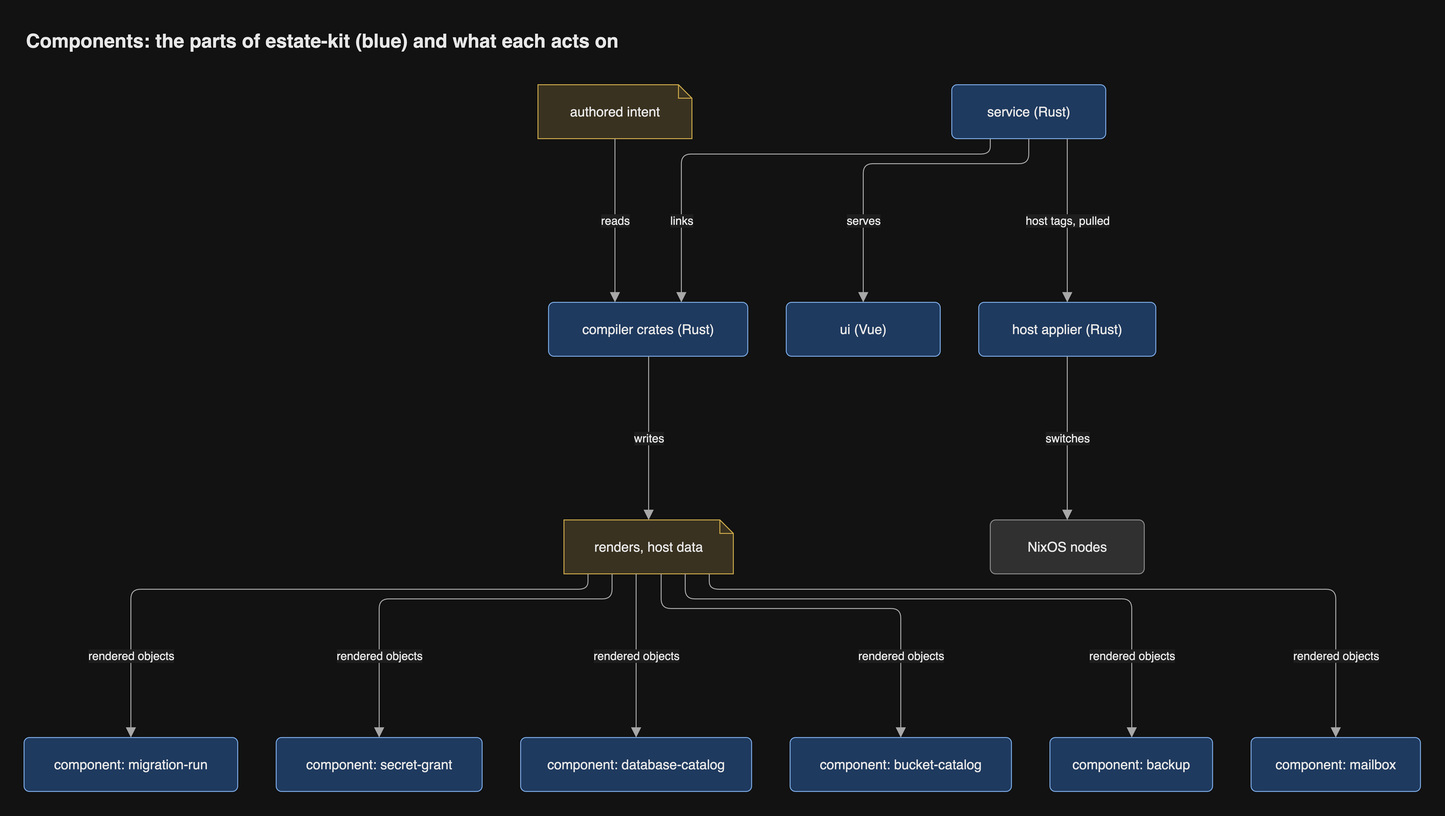
Earlier version of the draw.io export docs/diagrams/png/components.png (JorisJonkers-dev/estate-kit). Source tidied: cells renumbered, new cells last; positions are measured from the earlier drawing's top-left corner, leaving out a move shared by most shapes.
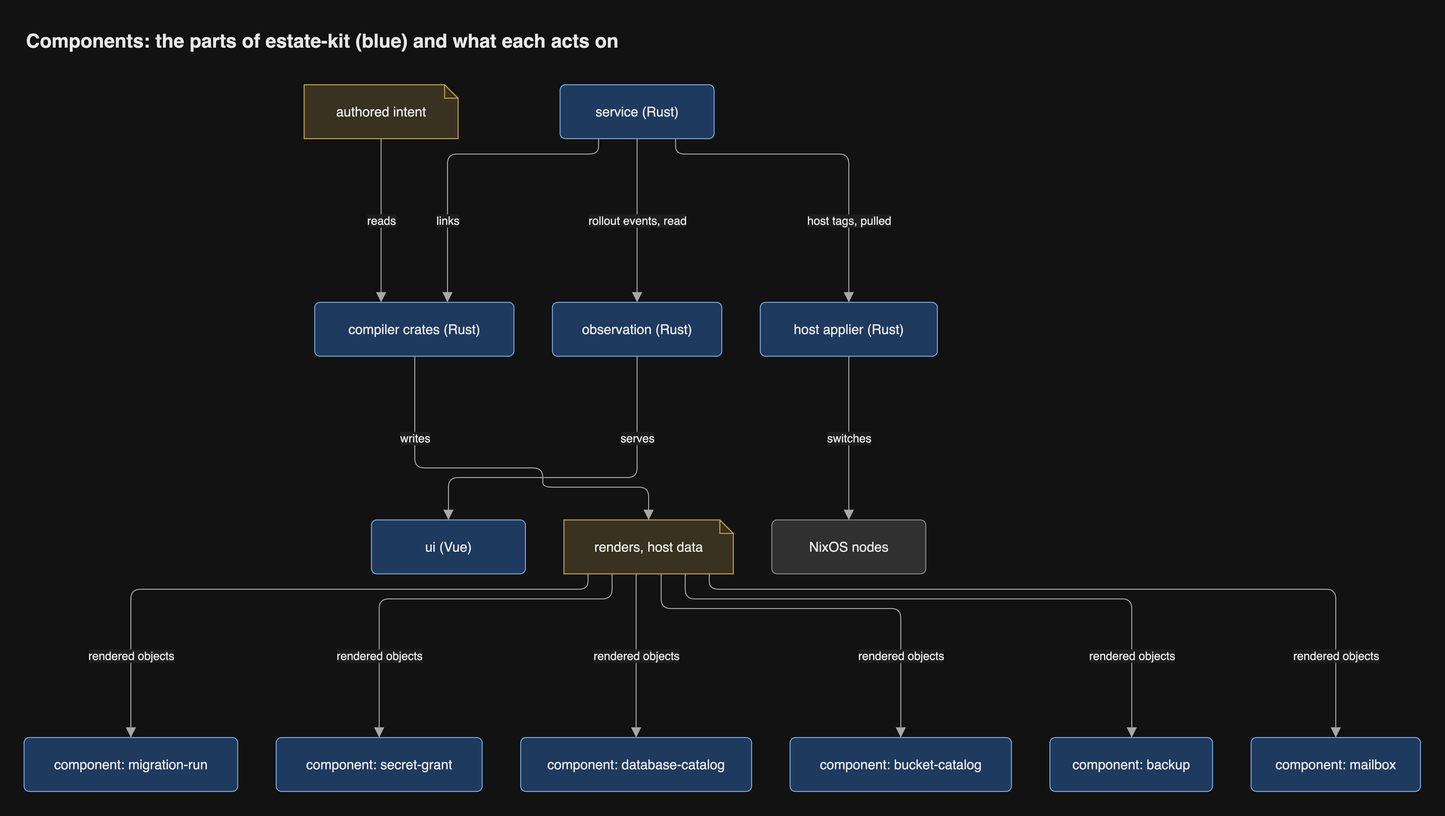
The same diagram one commit later.

Change to the diagram source:
```diff
@@ -3,19 +3,22 @@
     <mxCell id="0" />
     <mxCell id="1" parent="0" />
     <mxCell id="2" value="authored intent" style="shape=note;size=14;html=1;whiteSpace=wrap;fontSize=14;fontColor=light-dark(#1a1a1a,#e8e8e8);fillColor=light-dark(#fff2cc,#3a3220);strokeColor=light-dark(#d6b656,#c9a74a);fontFamily=Helvetica;" parent="1" vertex="1">
-      <mxGeometry x="534" y="64" width="160" height="56" as="geometry" />
+      <mxGeometry x="291" y="64" width="160" height="56" as="geometry" />
     </mxCell>
     <mxCell id="3" value="service (Rust)" style="rounded=1;arcSize=10;html=1;whiteSpace=wrap;fontSize=14;fontColor=light-dark(#1a1a1a,#e8e8e8);fillColor=light-dark(#dae8fc,#1f3a5f);strokeColor=light-dark(#6c8ebf,#7aa7e0);fontFamily=Helvetica;" parent="1" vertex="1">
-      <mxGeometry x="964" y="64" width="160" height="56" as="geometry" />
+      <mxGeometry x="557" y="64" width="160" height="56" as="geometry" />
     </mxCell>
     <mxCell id="4" value="compiler crates (Rust)" style="rounded=1;arcSize=10;html=1;whiteSpace=wrap;fontSize=14;fontColor=light-dark(#1a1a1a,#e8e8e8);fillColor=light-dark(#dae8fc,#1f3a5f);strokeColor=light-dark(#6c8ebf,#7aa7e0);fontFamily=Helvetica;" parent="1" vertex="1">
-      <mxGeometry x="545" y="290" width="207" height="56" as="geometry" />
+      <mxGeometry x="302" y="290" width="207" height="56" as="geometry" />
     </mxCell>
+    <mxCell id="28" value="observation (Rust)" style="rounded=1;arcSize=10;html=1;whiteSpace=wrap;fontSize=14;fontColor=light-dark(#1a1a1a,#e8e8e8);fillColor=light-dark(#dae8fc,#1f3a5f);strokeColor=light-dark(#6c8ebf,#7aa7e0);fontFamily=Helvetica;" parent="1" vertex="1">
+      <mxGeometry x="549" y="290" width="176" height="56" as="geometry" />
+    </mxCell>
     <mxCell id="5" value="ui (Vue)" style="rounded=1;arcSize=10;html=1;whiteSpace=wrap;fontSize=14;fontColor=light-dark(#1a1a1a,#e8e8e8);fillColor=light-dark(#dae8fc,#1f3a5f);strokeColor=light-dark(#6c8ebf,#7aa7e0);fontFamily=Helvetica;" parent="1" vertex="1">
-      <mxGeometry x="792" y="290" width="160" height="56" as="geometry" />
+      <mxGeometry x="361" y="516" width="160" height="56" as="geometry" />
     </mxCell>
     <mxCell id="6" value="host applier (Rust)" style="rounded=1;arcSize=10;html=1;whiteSpace=wrap;fontSize=14;fontColor=light-dark(#1a1a1a,#e8e8e8);fillColor=light-dark(#dae8fc,#1f3a5f);strokeColor=light-dark(#6c8ebf,#7aa7e0);fontFamily=Helvetica;" parent="1" vertex="1">
-      <mxGeometry x="992" y="290" width="184" height="56" as="geometry" />
+      <mxGeometry x="765" y="290" width="184" height="56" as="geometry" />
     </mxCell>
     <mxCell id="7" value="renders, host data" style="shape=note;size=14;html=1;whiteSpace=wrap;fontSize=14;fontColor=light-dark(#1a1a1a,#e8e8e8);fillColor=light-dark(#fff2cc,#3a3220);strokeColor=light-dark(#d6b656,#c9a74a);fontFamily=Helvetica;" parent="1" vertex="1">
       <mxGeometry x="561" y="516" width="176" height="56" as="geometry" />
@@ -39,106 +42,119 @@
       <mxGeometry x="1275" y="742" width="176" height="56" as="geometry" />
     </mxCell>
     <mxCell id="14" value="NixOS nodes" style="rounded=1;arcSize=10;html=1;whiteSpace=wrap;fontSize=14;fontColor=light-dark(#1a1a1a,#e8e8e8);fillColor=light-dark(#eeeeee,#303030);strokeColor=light-dark(#999999,#8a8a8a);fontFamily=Helvetica;" parent="1" vertex="1">
-      <mxGeometry x="1004" y="516" width="160" height="56" as="geometry" />
+      <mxGeometry x="777" y="516" width="160" height="56" as="geometry" />
     </mxCell>
     <mxCell id="15" value="reads" style="html=1;rounded=1;fontSize=14;fontSize=12;fontColor=light-dark(#1a1a1a,#e8e8e8);strokeColor=light-dark(#666666,#a8a8a8);endArrow=block;endFill=1;endSize=8;curved=0;exitX=0.5;exitY=1;entryX=0.3333;entryY=0;edgeStyle=orthogonalEdgeStyle;fontFamily=Helvetica;labelBackgroundColor=light-dark(#ffffff,#1e1e1e);" parent="1" edge="1" source="2" target="4">
       <mxGeometry relative="1" as="geometry">
         <Array as="points">
-          <mxPoint x="614" y="205" />
+          <mxPoint x="371" y="205" />
         </Array>
       </mxGeometry>
     </mxCell>
     <mxCell id="16" value="links" style="html=1;rounded=1;fontSize=14;fontSize=12;fontColor=light-dark(#1a1a1a,#e8e8e8);strokeColor=light-dark(#666666,#a8a8a8);endArrow=block;endFill=1;endSize=8;curved=0;exitX=0.25;exitY=1;entryX=0.6667;entryY=0;edgeStyle=orthogonalEdgeStyle;fontFamily=Helvetica;labelBackgroundColor=light-dark(#ffffff,#1e1e1e);" parent="1" edge="1" source="3" target="4">
       <mxGeometry relative="1" as="geometry">
         <Array as="points">
-          <mxPoint x="1004" y="136" />
-          <mxPoint x="683" y="136" />
+          <mxPoint x="597" y="136" />
+          <mxPoint x="440" y="136" />
         </Array>
-        <mxPoint x="-91.5" y="69" as="offset" />
+        <mxPoint x="-9.5" y="69" as="offset" />
       </mxGeometry>
     </mxCell>
-    <mxCell id="17" value="serves" style="html=1;rounded=1;fontSize=14;fontSize=12;fontColor=light-dark(#1a1a1a,#e8e8e8);strokeColor=light-dark(#666666,#a8a8a8);endArrow=block;endFill=1;endSize=8;curved=0;exitX=0.5;exitY=1;entryX=0.5;entryY=0;edgeStyle=orthogonalEdgeStyle;fontFamily=Helvetica;labelBackgroundColor=light-dark(#ffffff,#1e1e1e);" parent="1" edge="1" source="3" target="5">
+    <mxCell id="17" value="rollout events, read" style="html=1;rounded=1;fontSize=14;fontSize=12;fontColor=light-dark(#1a1a1a,#e8e8e8);strokeColor=light-dark(#666666,#a8a8a8);endArrow=block;endFill=1;endSize=8;curved=0;exitX=0.5;exitY=1;entryX=0.5;entryY=0;edgeStyle=orthogonalEdgeStyle;fontFamily=Helvetica;labelBackgroundColor=light-dark(#ffffff,#1e1e1e);" parent="1" edge="1" source="3" target="28">
       <mxGeometry relative="1" as="geometry">
         <Array as="points">
-          <mxPoint x="1044" y="146" />
-          <mxPoint x="872" y="146" />
+          <mxPoint x="637" y="205" />
         </Array>
-        <mxPoint x="-27" y="59" as="offset" />
       </mxGeometry>
     </mxCell>
-    <mxCell id="18" value="host tags, pulled" style="html=1;rounded=1;fontSize=14;fontSize=12;fontColor=light-dark(#1a1a1a,#e8e8e8);strokeColor=light-dark(#666666,#a8a8a8);endArrow=block;endFill=1;endSize=8;curved=0;exitX=0.75;exitY=1;entryX=0.5;entryY=0;edgeStyle=orthogonalEdgeStyle;fontFamily=Helvetica;labelBackgroundColor=light-dark(#ffffff,#1e1e1e);" parent="1" edge="1" source="3" target="6">
+    <mxCell id="18" value="serves" style="html=1;rounded=1;fontSize=14;fontSize=12;fontColor=light-dark(#1a1a1a,#e8e8e8);strokeColor=light-dark(#666666,#a8a8a8);endArrow=block;endFill=1;endSize=8;curved=0;exitX=0.5;exitY=1;entryX=0.5;entryY=0;edgeStyle=orthogonalEdgeStyle;fontFamily=Helvetica;labelBackgroundColor=light-dark(#ffffff,#1e1e1e);" parent="1" edge="1" source="28" target="5">
       <mxGeometry relative="1" as="geometry">
         <Array as="points">
-          <mxPoint x="1084" y="205" />
+          <mxPoint x="637" y="472" />
+          <mxPoint x="441" y="472" />
         </Array>
+        <mxPoint x="57" y="-41" as="offset" />
       </mxGeometry>
     </mxCell>
-    <mxCell id="19" value="writes" style="html=1;rounded=1;fontSize=14;fontSize=12;fontColor=light-dark(#1a1a1a,#e8e8e8);strokeColor=light-dark(#666666,#a8a8a8);endArrow=block;endFill=1;endSize=8;curved=0;exitX=0.5024;exitY=1;entryX=0.5;entryY=0;edgeStyle=orthogonalEdgeStyle;fontFamily=Helvetica;labelBackgroundColor=light-dark(#ffffff,#1e1e1e);" parent="1" edge="1" source="4" target="7">
+    <mxCell id="19" value="host tags, pulled" style="html=1;rounded=1;fontSize=14;fontSize=12;fontColor=light-dark(#1a1a1a,#e8e8e8);strokeColor=light-dark(#666666,#a8a8a8);endArrow=block;endFill=1;endSize=8;curved=0;exitX=0.75;exitY=1;entryX=0.5;entryY=0;edgeStyle=orthogonalEdgeStyle;fontFamily=Helvetica;labelBackgroundColor=light-dark(#ffffff,#1e1e1e);" parent="1" edge="1" source="3" target="6">
       <mxGeometry relative="1" as="geometry">
         <Array as="points">
-          <mxPoint x="649" y="431" />
+          <mxPoint x="677" y="136" />
+          <mxPoint x="857" y="136" />
         </Array>
+        <mxPoint x="21" y="69" as="offset" />
       </mxGeometry>
     </mxCell>
-    <mxCell id="20" value="rendered objects" style="html=1;rounded=1;fontSize=14;fontSize=12;fontColor=light-dark(#1a1a1a,#e8e8e8);strokeColor=light-dark(#666666,#a8a8a8);endArrow=block;endFill=1;endSize=8;curved=0;exitX=0.142;exitY=1;entryX=0.5;entryY=0;edgeStyle=orthogonalEdgeStyle;fontFamily=Helvetica;labelBackgroundColor=light-dark(#ffffff,#1e1e1e);" parent="1" edge="1" source="7" target="8">
+    <mxCell id="20" value="writes" style="html=1;rounded=1;fontSize=14;fontSize=12;fontColor=light-dark(#1a1a1a,#e8e8e8);strokeColor=light-dark(#666666,#a8a8a8);endArrow=block;endFill=1;endSize=8;curved=0;exitX=0.5024;exitY=1;entryX=0.5;entryY=0;edgeStyle=orthogonalEdgeStyle;fontFamily=Helvetica;labelBackgroundColor=light-dark(#ffffff,#1e1e1e);" parent="1" edge="1" source="4" target="7">
       <mxGeometry relative="1" as="geometry">
         <Array as="points">
-          <mxPoint x="586" y="588" />
-          <mxPoint x="111" y="588" />
+          <mxPoint x="406" y="462" />
+          <mxPoint x="539" y="462" />
+          <mxPoint x="539" y="482" />
+          <mxPoint x="649" y="482" />
         </Array>
-        <mxPoint x="-168.5" y="69" as="offset" />
+        <mxPoint x="-90.5" y="-31" as="offset" />
       </mxGeometry>
     </mxCell>
-    <mxCell id="21" value="rendered objects" style="html=1;rounded=1;fontSize=14;fontSize=12;fontColor=light-dark(#1a1a1a,#e8e8e8);strokeColor=light-dark(#666666,#a8a8a8);endArrow=block;endFill=1;endSize=8;curved=0;exitX=0.2841;exitY=1;entryX=0.5;entryY=0;edgeStyle=orthogonalEdgeStyle;fontFamily=Helvetica;labelBackgroundColor=light-dark(#ffffff,#1e1e1e);" parent="1" edge="1" source="7" target="9">
+    <mxCell id="21" value="rendered objects" style="html=1;rounded=1;fontSize=14;fontSize=12;fontColor=light-dark(#1a1a1a,#e8e8e8);strokeColor=light-dark(#666666,#a8a8a8);endArrow=block;endFill=1;endSize=8;curved=0;exitX=0.142;exitY=1;entryX=0.5;entryY=0;edgeStyle=orthogonalEdgeStyle;fontFamily=Helvetica;labelBackgroundColor=light-dark(#ffffff,#1e1e1e);" parent="1" edge="1" source="7" target="8">
       <mxGeometry relative="1" as="geometry">
         <Array as="points">
-          <mxPoint x="611" y="598" />
-          <mxPoint x="369" y="598" />
+          <mxPoint x="586" y="588" />
+          <mxPoint x="111" y="588" />
         </Array>
-        <mxPoint x="-62" y="59" as="offset" />
+        <mxPoint x="-168.5" y="69" as="offset" />
       </mxGeometry>
     </mxCell>
-    <mxCell id="22" value="rendered objects" style="html=1;rounded=1;fontSize=14;fontSize=12;fontColor=light-dark(#1a1a1a,#e8e8e8);strokeColor=light-dark(#666666,#a8a8a8);endArrow=block;endFill=1;endSize=8;curved=0;exitX=0.4261;exitY=1;entryX=0.5;entryY=0;edgeStyle=orthogonalEdgeStyle;fontFamily=Helvetica;labelBackgroundColor=light-dark(#ffffff,#1e1e1e);" parent="1" edge="1" source="7" target="10">
+    <mxCell id="22" value="rendered objects" style="html=1;rounded=1;fontSize=14;fontSize=12;fontColor=light-dark(#1a1a1a,#e8e8e8);strokeColor=light-dark(#666666,#a8a8a8);endArrow=block;endFill=1;endSize=8;curved=0;exitX=0.2841;exitY=1;entryX=0.5;entryY=0;edgeStyle=orthogonalEdgeStyle;fontFamily=Helvetica;labelBackgroundColor=light-dark(#ffffff,#1e1e1e);" parent="1" edge="1" source="7" target="9">
       <mxGeometry relative="1" as="geometry">
         <Array as="points">
-          <mxPoint x="636" y="657" />
+          <mxPoint x="611" y="598" />
+          <mxPoint x="369" y="598" />
         </Array>
+        <mxPoint x="-62" y="59" as="offset" />
       </mxGeometry>
     </mxCell>
-    <mxCell id="23" value="rendered objects" style="html=1;rounded=1;fontSize=14;fontSize=12;fontColor=light-dark(#1a1a1a,#e8e8e8);strokeColor=light-dark(#666666,#a8a8a8);endArrow=block;endFill=1;endSize=8;curved=0;exitX=0.5739;exitY=1;entryX=0.5;entryY=0;edgeStyle=orthogonalEdgeStyle;fontFamily=Helvetica;labelBackgroundColor=light-dark(#ffffff,#1e1e1e);" parent="1" edge="1" source="7" target="11">
+    <mxCell id="23" value="rendered objects" style="html=1;rounded=1;fontSize=14;fontSize=12;fontColor=light-dark(#1a1a1a,#e8e8e8);strokeColor=light-dark(#666666,#a8a8a8);endArrow=block;endFill=1;endSize=8;curved=0;exitX=0.4261;exitY=1;entryX=0.5;entryY=0;edgeStyle=orthogonalEdgeStyle;fontFamily=Helvetica;labelBackgroundColor=light-dark(#ffffff,#1e1e1e);" parent="1" edge="1" source="7" target="10">
       <mxGeometry relative="1" as="geometry">
         <Array as="points">
-          <mxPoint x="662" y="608" />
-          <mxPoint x="911" y="608" />
+          <mxPoint x="636" y="657" />
         </Array>
-        <mxPoint x="75.5" y="49" as="offset" />
       </mxGeometry>
     </mxCell>
-    <mxCell id="24" value="rendered objects" style="html=1;rounded=1;fontSize=14;fontSize=12;fontColor=light-dark(#1a1a1a,#e8e8e8);strokeColor=light-dark(#666666,#a8a8a8);endArrow=block;endFill=1;endSize=8;curved=0;exitX=0.7159;exitY=1;entryX=0.503;entryY=0;edgeStyle=orthogonalEdgeStyle;fontFamily=Helvetica;labelBackgroundColor=light-dark(#ffffff,#1e1e1e);" parent="1" edge="1" source="7" target="12">
+    <mxCell id="24" value="rendered objects" style="html=1;rounded=1;fontSize=14;fontSize=12;fontColor=light-dark(#1a1a1a,#e8e8e8);strokeColor=light-dark(#666666,#a8a8a8);endArrow=block;endFill=1;endSize=8;curved=0;exitX=0.5739;exitY=1;entryX=0.5;entryY=0;edgeStyle=orthogonalEdgeStyle;fontFamily=Helvetica;labelBackgroundColor=light-dark(#ffffff,#1e1e1e);" parent="1" edge="1" source="7" target="11">
       <mxGeometry relative="1" as="geometry">
         <Array as="points">
-          <mxPoint x="687" y="598" />
-          <mxPoint x="1151" y="598" />
+          <mxPoint x="662" y="608" />
+          <mxPoint x="911" y="608" />
         </Array>
-        <mxPoint x="173" y="59" as="offset" />
+        <mxPoint x="75.5" y="49" as="offset" />
       </mxGeometry>
     </mxCell>
-    <mxCell id="25" value="rendered objects" style="html=1;rounded=1;fontSize=14;fontSize=12;fontColor=light-dark(#1a1a1a,#e8e8e8);strokeColor=light-dark(#666666,#a8a8a8);endArrow=block;endFill=1;endSize=8;curved=0;exitX=0.858;exitY=1;entryX=0.5;entryY=0;edgeStyle=orthogonalEdgeStyle;fontFamily=Helvetica;labelBackgroundColor=light-dark(#ffffff,#1e1e1e);" parent="1" edge="1" source="7" target="13">
+    <mxCell id="25" value="rendered objects" style="html=1;rounded=1;fontSize=14;fontSize=12;fontColor=light-dark(#1a1a1a,#e8e8e8);strokeColor=light-dark(#666666,#a8a8a8);endArrow=block;endFill=1;endSize=8;curved=0;exitX=0.7159;exitY=1;entryX=0.503;entryY=0;edgeStyle=orthogonalEdgeStyle;fontFamily=Helvetica;labelBackgroundColor=light-dark(#ffffff,#1e1e1e);" parent="1" edge="1" source="7" target="12">
       <mxGeometry relative="1" as="geometry">
         <Array as="points">
-          <mxPoint x="712" y="588" />
-          <mxPoint x="1363" y="588" />
+          <mxPoint x="687" y="598" />
+          <mxPoint x="1151" y="598" />
         </Array>
-        <mxPoint x="256.5" y="69" as="offset" />
+        <mxPoint x="173" y="59" as="offset" />
       </mxGeometry>
     </mxCell>
-    <mxCell id="26" value="switches" style="html=1;rounded=1;fontSize=14;fontSize=12;fontColor=light-dark(#1a1a1a,#e8e8e8);strokeColor=light-dark(#666666,#a8a8a8);endArrow=block;endFill=1;endSize=8;curved=0;exitX=0.5;exitY=1;entryX=0.5;entryY=0;edgeStyle=orthogonalEdgeStyle;fontFamily=Helvetica;labelBackgroundColor=light-dark(#ffffff,#1e1e1e);" parent="1" edge="1" source="6" target="14">
+    <mxCell id="26" value="rendered objects" style="html=1;rounded=1;fontSize=14;fontSize=12;fontColor=light-dark(#1a1a1a,#e8e8e8);strokeColor=light-dark(#666666,#a8a8a8);endArrow=block;endFill=1;endSize=8;curved=0;exitX=0.858;exitY=1;entryX=0.5;entryY=0;edgeStyle=orthogonalEdgeStyle;fontFamily=Helvetica;labelBackgroundColor=light-dark(#ffffff,#1e1e1e);" parent="1" edge="1" source="7" target="13">
       <mxGeometry relative="1" as="geometry">
         <Array as="points">
-          <mxPoint x="1084" y="431" />
+          <mxPoint x="712" y="588" />
+          <mxPoint x="1363" y="588" />
         </Array>
+        <mxPoint x="256.5" y="69" as="offset" />
       </mxGeometry>
     </mxCell>
+    <mxCell id="29" value="switches" style="html=1;rounded=1;fontSize=14;fontSize=12;fontColor=light-dark(#1a1a1a,#e8e8e8);strokeColor=light-dark(#666666,#a8a8a8);endArrow=block;endFill=1;endSize=8;curved=0;exitX=0.5;exitY=1;entryX=0.5;entryY=0;edgeStyle=orthogonalEdgeStyle;fontFamily=Helvetica;labelBackgroundColor=light-dark(#ffffff,#1e1e1e);" parent="1" edge="1" source="6" target="14">
+      <mxGeometry relative="1" as="geometry">
+        <Array as="points">
+          <mxPoint x="857" y="431" />
+        </Array>
+      </mxGeometry>
+    </mxCell>
     <mxCell id="27" value="Components: the parts of estate-kit (blue) and what each acts on" style="text;html=1;whiteSpace=wrap;align=left;verticalAlign=middle;fontSize=20;fontStyle=1;fontColor=light-dark(#1a1a1a,#e8e8e8);fontFamily=Helvetica;" parent="1" vertex="1">
       <mxGeometry width="1451" height="36" as="geometry" />
     </mxCell>
```
